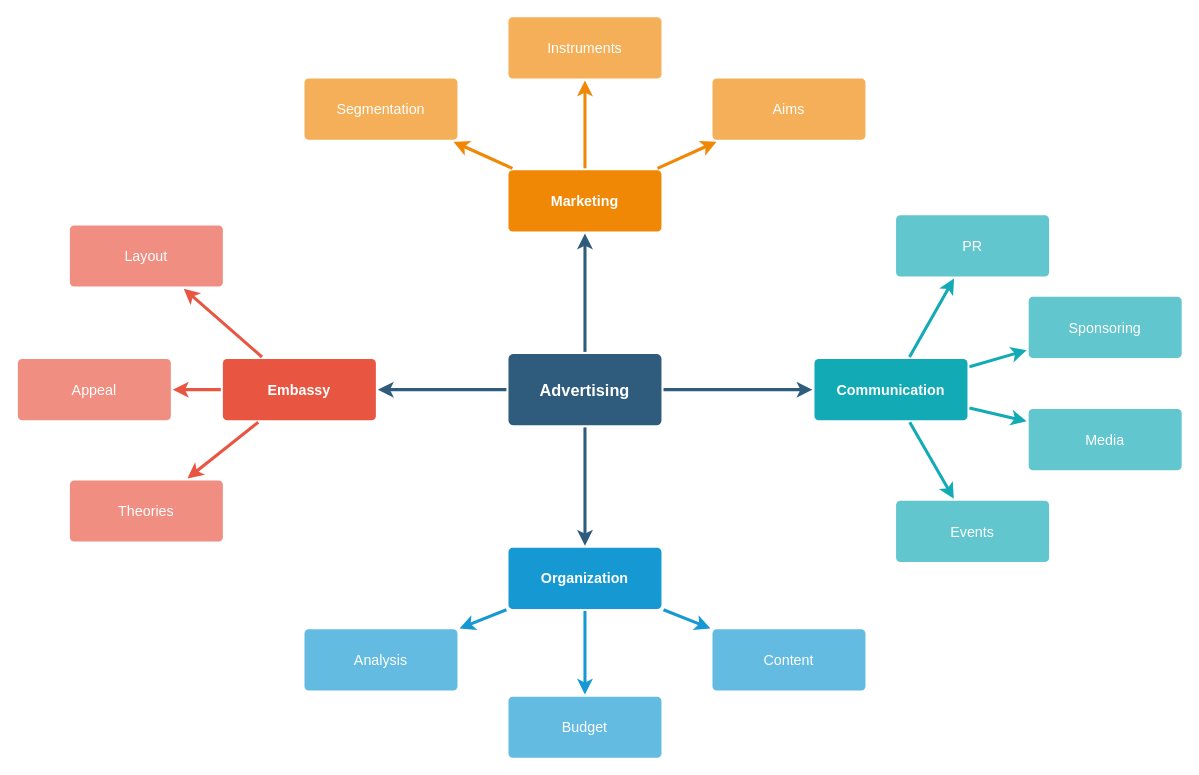
This is Untitled Diagram.drawio from CastroSandra/myRepository, a draw.io file, before an edit. Source tidied: cells renumbered, new cells numbered last; positions are measured from the earlier drawing's top-left corner, leaving out a move shared by most shapes. Both pictures are drawn from the tidied source at 102%, with x=0, y=0 at pixel (17, 16).
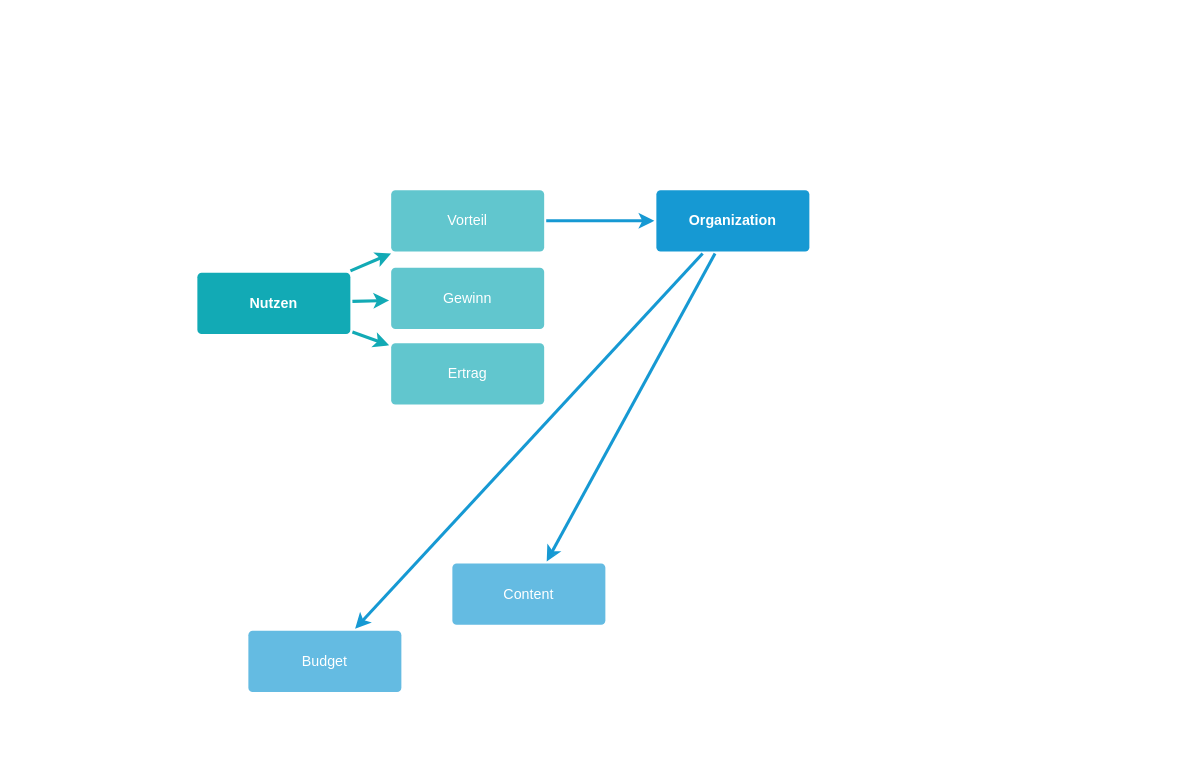
Above is the later version.

Diff of the diagram source:
```diff
@@
-    <mxCell id="2" style="edgeStyle=none;rounded=0;jumpStyle=none;html=1;shadow=0;labelBackgroundColor=none;startArrow=none;startFill=0;endArrow=classic;endFill=1;jettySize=auto;strokeColor=#2F5B7C;strokeWidth=3;fontFamily=Helvetica;fontSize=16;fontColor=#23445D;spacing=5;" parent="1" edge="1" source="6" target="21">
-      <mxGeometry relative="1" as="geometry" />
-    </mxCell>
-    <mxCell id="3" style="edgeStyle=none;rounded=0;jumpStyle=none;html=1;shadow=0;labelBackgroundColor=none;startArrow=none;startFill=0;endArrow=classic;endFill=1;jettySize=auto;strokeColor=#2F5B7C;strokeWidth=3;fontFamily=Helvetica;fontSize=16;fontColor=#23445D;spacing=5;" parent="1" edge="1" source="6" target="28">
-      <mxGeometry relative="1" as="geometry" />
-    </mxCell>
-    <mxCell id="4" style="edgeStyle=none;rounded=0;jumpStyle=none;html=1;shadow=0;labelBackgroundColor=none;startArrow=none;startFill=0;endArrow=classic;endFill=1;jettySize=auto;strokeColor=#2F5B7C;strokeWidth=3;fontFamily=Helvetica;fontSize=16;fontColor=#23445D;spacing=5;" parent="1" edge="1" source="6" target="17">
-      <mxGeometry relative="1" as="geometry" />
-    </mxCell>
-    <mxCell id="5" style="edgeStyle=none;rounded=0;jumpStyle=none;html=1;shadow=0;labelBackgroundColor=none;startArrow=none;startFill=0;endArrow=classic;endFill=1;jettySize=auto;strokeColor=#2F5B7C;strokeWidth=3;fontFamily=Helvetica;fontSize=16;fontColor=#23445D;spacing=5;" parent="1" edge="1" source="6" target="10">
-      <mxGeometry relative="1" as="geometry" />
-    </mxCell>
-    <mxCell id="6" value="Advertising" style="rounded=1;whiteSpace=wrap;html=1;shadow=0;labelBackgroundColor=none;strokeColor=none;strokeWidth=3;fillColor=#2F5B7C;fontFamily=Helvetica;fontSize=16;fontColor=#FFFFFF;align=center;fontStyle=1;spacing=5;arcSize=7;perimeterSpacing=2;" parent="1" vertex="1">
-      <mxGeometry x="481" y="330.5" width="150" height="70" as="geometry" />
-    </mxCell>
-    <mxCell id="7" style="edgeStyle=none;rounded=1;jumpStyle=none;html=1;shadow=0;labelBackgroundColor=none;startArrow=none;startFill=0;jettySize=auto;strokeColor=#E85642;strokeWidth=3;fontFamily=Helvetica;fontSize=14;fontColor=#FFFFFF;spacing=5;fontStyle=1;fillColor=#b0e3e6;" parent="1" edge="1" source="10" target="13">
-      <mxGeometry relative="1" as="geometry" />
-    </mxCell>
-    <mxCell id="8" style="edgeStyle=none;rounded=1;jumpStyle=none;html=1;shadow=0;labelBackgroundColor=none;startArrow=none;startFill=0;jettySize=auto;strokeColor=#E85642;strokeWidth=3;fontFamily=Helvetica;fontSize=14;fontColor=#FFFFFF;spacing=5;fontStyle=1;fillColor=#b0e3e6;" parent="1" edge="1" source="10" target="12">
-      <mxGeometry relative="1" as="geometry" />
-    </mxCell>
-    <mxCell id="9" style="edgeStyle=none;rounded=1;jumpStyle=none;html=1;shadow=0;labelBackgroundColor=none;startArrow=none;startFill=0;jettySize=auto;strokeColor=#E85642;strokeWidth=3;fontFamily=Helvetica;fontSize=14;fontColor=#FFFFFF;spacing=5;fontStyle=1;fillColor=#b0e3e6;" parent="1" edge="1" source="10" target="11">
-      <mxGeometry relative="1" as="geometry" />
-    </mxCell>
-    <mxCell id="10" value="Embassy" style="rounded=1;whiteSpace=wrap;html=1;shadow=0;labelBackgroundColor=none;strokeColor=none;strokeWidth=3;fillColor=#e85642;fontFamily=Helvetica;fontSize=14;fontColor=#FFFFFF;align=center;spacing=5;fontStyle=1;arcSize=7;perimeterSpacing=2;" parent="1" vertex="1">
-      <mxGeometry x="201" y="335.5" width="150" height="60" as="geometry" />
-    </mxCell>
-    <mxCell id="11" value="Theories" style="rounded=1;whiteSpace=wrap;html=1;shadow=0;labelBackgroundColor=none;strokeColor=none;strokeWidth=3;fillColor=#f08e81;fontFamily=Helvetica;fontSize=14;fontColor=#FFFFFF;align=center;spacing=5;fontStyle=0;arcSize=7;perimeterSpacing=2;" parent="1" vertex="1">
-      <mxGeometry x="51" y="454.5" width="150" height="60" as="geometry" />
-    </mxCell>
-    <mxCell id="12" value="Appeal" style="rounded=1;whiteSpace=wrap;html=1;shadow=0;labelBackgroundColor=none;strokeColor=none;strokeWidth=3;fillColor=#f08e81;fontFamily=Helvetica;fontSize=14;fontColor=#FFFFFF;align=center;spacing=5;fontStyle=0;arcSize=7;perimeterSpacing=2;" parent="1" vertex="1">
-      <mxGeometry y="335.5" width="150" height="60" as="geometry" />
-    </mxCell>
-    <mxCell id="13" value="Layout" style="rounded=1;whiteSpace=wrap;html=1;shadow=0;labelBackgroundColor=none;strokeColor=none;strokeWidth=3;fillColor=#f08e81;fontFamily=Helvetica;fontSize=14;fontColor=#FFFFFF;align=center;spacing=5;fontStyle=0;arcSize=7;perimeterSpacing=2;" parent="1" vertex="1">
-      <mxGeometry x="51" y="204.5" width="150" height="60" as="geometry" />
-    </mxCell>
-    <mxCell id="14" style="edgeStyle=none;rounded=0;jumpStyle=none;html=1;shadow=0;labelBackgroundColor=none;startArrow=none;startFill=0;endArrow=classic;endFill=1;jettySize=auto;strokeColor=#1699D3;strokeWidth=3;fontFamily=Helvetica;fontSize=14;fontColor=#FFFFFF;spacing=5;" parent="1" edge="1" source="17" target="20">
+    <mxCell id="14" style="edgeStyle=none;rounded=0;jumpStyle=none;html=1;shadow=0;labelBackgroundColor=none;startArrow=none;startFill=0;endArrow=classic;endFill=1;jettySize=auto;strokeColor=#1699D3;strokeWidth=3;fontFamily=Helvetica;fontSize=14;fontColor=#FFFFFF;spacing=5;exitX=1;exitY=0.5;exitDx=0;exitDy=0;" parent="1" edge="1" source="35" target="17">
       <mxGeometry relative="1" as="geometry" />
     </mxCell>
@@
     <mxCell id="17" value="Organization" style="rounded=1;whiteSpace=wrap;html=1;shadow=0;labelBackgroundColor=none;strokeColor=none;strokeWidth=3;fillColor=#1699d3;fontFamily=Helvetica;fontSize=14;fontColor=#FFFFFF;align=center;spacing=5;fontStyle=1;arcSize=7;perimeterSpacing=2;" parent="1" vertex="1">
-      <mxGeometry x="481" y="520.5" width="150" height="60" as="geometry" />
+      <mxGeometry x="626" y="170" width="150" height="60" as="geometry" />
     </mxCell>
     <mxCell id="18" value="Content" style="rounded=1;whiteSpace=wrap;html=1;shadow=0;labelBackgroundColor=none;strokeColor=none;strokeWidth=3;fillColor=#64bbe2;fontFamily=Helvetica;fontSize=14;fontColor=#FFFFFF;align=center;spacing=5;arcSize=7;perimeterSpacing=2;" parent="1" vertex="1">
-      <mxGeometry x="681" y="600.5" width="150" height="60" as="geometry" />
+      <mxGeometry x="426" y="536" width="150" height="60" as="geometry" />
     </mxCell>
     <mxCell id="19" value="Budget" style="rounded=1;whiteSpace=wrap;html=1;shadow=0;labelBackgroundColor=none;strokeColor=none;strokeWidth=3;fillColor=#64bbe2;fontFamily=Helvetica;fontSize=14;fontColor=#FFFFFF;align=center;spacing=5;arcSize=7;perimeterSpacing=2;" parent="1" vertex="1">
-      <mxGeometry x="481" y="666.5" width="150" height="60" as="geometry" />
+      <mxGeometry x="226" y="602" width="150" height="60" as="geometry" />
     </mxCell>
-    <mxCell id="20" value="Analysis" style="rounded=1;whiteSpace=wrap;html=1;shadow=0;labelBackgroundColor=none;strokeColor=none;strokeWidth=3;fillColor=#64bbe2;fontFamily=Helvetica;fontSize=14;fontColor=#FFFFFF;align=center;spacing=5;arcSize=7;perimeterSpacing=2;" parent="1" vertex="1">
-      <mxGeometry x="281" y="600.5" width="150" height="60" as="geometry" />
-    </mxCell>
-    <mxCell id="21" value="Marketing" style="rounded=1;whiteSpace=wrap;html=1;shadow=0;labelBackgroundColor=none;strokeColor=none;strokeWidth=3;fillColor=#F08705;fontFamily=Helvetica;fontSize=14;fontColor=#FFFFFF;align=center;spacing=5;fontStyle=1;arcSize=7;perimeterSpacing=2;" parent="1" vertex="1">
-      <mxGeometry x="481" y="150.5" width="150" height="60" as="geometry" />
-    </mxCell>
-    <mxCell id="22" value="Aims&lt;br&gt;" style="rounded=1;whiteSpace=wrap;html=1;shadow=0;labelBackgroundColor=none;strokeColor=none;strokeWidth=3;fillColor=#f5af58;fontFamily=Helvetica;fontSize=14;fontColor=#FFFFFF;align=center;spacing=5;arcSize=7;perimeterSpacing=2;" parent="1" vertex="1">
-      <mxGeometry x="681" y="60.5" width="150" height="60" as="geometry" />
-    </mxCell>
-    <mxCell id="23" style="edgeStyle=none;rounded=0;jumpStyle=none;html=1;shadow=0;labelBackgroundColor=none;startArrow=none;startFill=0;endArrow=classic;endFill=1;jettySize=auto;strokeColor=#F08705;strokeWidth=3;fontFamily=Helvetica;fontSize=14;fontColor=#FFFFFF;spacing=5;" parent="1" edge="1" source="21" target="22">
-      <mxGeometry relative="1" as="geometry" />
-    </mxCell>
-    <mxCell id="24" value="Instruments" style="rounded=1;whiteSpace=wrap;html=1;shadow=0;labelBackgroundColor=none;strokeColor=none;strokeWidth=3;fillColor=#f5af58;fontFamily=Helvetica;fontSize=14;fontColor=#FFFFFF;align=center;spacing=5;arcSize=7;perimeterSpacing=2;" parent="1" vertex="1">
-      <mxGeometry x="481" y="0.5" width="150" height="60" as="geometry" />
-    </mxCell>
-    <mxCell id="25" style="edgeStyle=none;rounded=0;jumpStyle=none;html=1;shadow=0;labelBackgroundColor=none;startArrow=none;startFill=0;endArrow=classic;endFill=1;jettySize=auto;strokeColor=#F08705;strokeWidth=3;fontFamily=Helvetica;fontSize=14;fontColor=#FFFFFF;spacing=5;" parent="1" edge="1" source="21" target="24">
-      <mxGeometry relative="1" as="geometry" />
-    </mxCell>
-    <mxCell id="26" value="Segmentation" style="rounded=1;whiteSpace=wrap;html=1;shadow=0;labelBackgroundColor=none;strokeColor=none;strokeWidth=3;fillColor=#f5af58;fontFamily=Helvetica;fontSize=14;fontColor=#FFFFFF;align=center;spacing=5;arcSize=7;perimeterSpacing=2;" parent="1" vertex="1">
-      <mxGeometry x="281" y="60.5" width="150" height="60" as="geometry" />
-    </mxCell>
-    <mxCell id="27" style="edgeStyle=none;rounded=0;jumpStyle=none;html=1;shadow=0;labelBackgroundColor=none;startArrow=none;startFill=0;endArrow=classic;endFill=1;jettySize=auto;strokeColor=#F08705;strokeWidth=3;fontFamily=Helvetica;fontSize=14;fontColor=#FFFFFF;spacing=5;" parent="1" edge="1" source="21" target="26">
-      <mxGeometry relative="1" as="geometry" />
-    </mxCell>
-    <mxCell id="28" value="Communication" style="rounded=1;whiteSpace=wrap;html=1;shadow=0;labelBackgroundColor=none;strokeColor=none;strokeWidth=3;fillColor=#12aab5;fontFamily=Helvetica;fontSize=14;fontColor=#FFFFFF;align=center;spacing=5;fontStyle=1;arcSize=7;perimeterSpacing=2;" parent="1" vertex="1">
-      <mxGeometry x="781" y="335.5" width="150" height="60" as="geometry" />
+    <mxCell id="28" value="Nutzen" style="rounded=1;whiteSpace=wrap;html=1;shadow=0;labelBackgroundColor=none;strokeColor=none;strokeWidth=3;fillColor=#12aab5;fontFamily=Helvetica;fontSize=14;fontColor=#FFFFFF;align=center;spacing=5;fontStyle=1;arcSize=7;perimeterSpacing=2;" parent="1" vertex="1">
+      <mxGeometry x="176" y="251" width="150" height="60" as="geometry" />
     </mxCell>
-    <mxCell id="29" value="Events" style="rounded=1;whiteSpace=wrap;html=1;shadow=0;labelBackgroundColor=none;strokeColor=none;strokeWidth=3;fillColor=#61c6ce;fontFamily=Helvetica;fontSize=14;fontColor=#FFFFFF;align=center;spacing=5;fontStyle=0;arcSize=7;perimeterSpacing=2;" parent="1" vertex="1">
-      <mxGeometry x="861" y="474.5" width="150" height="60" as="geometry" />
-    </mxCell>
-    <mxCell id="30" style="edgeStyle=none;rounded=1;jumpStyle=none;html=1;shadow=0;labelBackgroundColor=none;startArrow=none;startFill=0;jettySize=auto;strokeColor=#12AAB5;strokeWidth=3;fontFamily=Helvetica;fontSize=14;fontColor=#FFFFFF;spacing=5;fontStyle=1;fillColor=#b0e3e6;" parent="1" edge="1" source="28" target="29">
-      <mxGeometry relative="1" as="geometry" />
-    </mxCell>
-    <mxCell id="31" value="Media" style="rounded=1;whiteSpace=wrap;html=1;shadow=0;labelBackgroundColor=none;strokeColor=none;strokeWidth=3;fillColor=#61c6ce;fontFamily=Helvetica;fontSize=14;fontColor=#FFFFFF;align=center;spacing=5;fontStyle=0;arcSize=7;perimeterSpacing=2;" parent="1" vertex="1">
-      <mxGeometry x="991" y="384.5" width="150" height="60" as="geometry" />
+    <mxCell id="31" value="Ertrag" style="rounded=1;whiteSpace=wrap;html=1;shadow=0;labelBackgroundColor=none;strokeColor=none;strokeWidth=3;fillColor=#61c6ce;fontFamily=Helvetica;fontSize=14;fontColor=#FFFFFF;align=center;spacing=5;fontStyle=0;arcSize=7;perimeterSpacing=2;" parent="1" vertex="1">
+      <mxGeometry x="366" y="320" width="150" height="60" as="geometry" />
     </mxCell>
@@
-    <mxCell id="33" value="Sponsoring" style="rounded=1;whiteSpace=wrap;html=1;shadow=0;labelBackgroundColor=none;strokeColor=none;strokeWidth=3;fillColor=#61c6ce;fontFamily=Helvetica;fontSize=14;fontColor=#FFFFFF;align=center;spacing=5;fontStyle=0;arcSize=7;perimeterSpacing=2;" parent="1" vertex="1">
-      <mxGeometry x="991" y="274.5" width="150" height="60" as="geometry" />
+    <mxCell id="33" value="Gewinn" style="rounded=1;whiteSpace=wrap;html=1;shadow=0;labelBackgroundColor=none;strokeColor=none;strokeWidth=3;fillColor=#61c6ce;fontFamily=Helvetica;fontSize=14;fontColor=#FFFFFF;align=center;spacing=5;fontStyle=0;arcSize=7;perimeterSpacing=2;" parent="1" vertex="1">
+      <mxGeometry x="366" y="246" width="150" height="60" as="geometry" />
     </mxCell>
@@
-    <mxCell id="35" value="PR" style="rounded=1;whiteSpace=wrap;html=1;shadow=0;labelBackgroundColor=none;strokeColor=none;strokeWidth=3;fillColor=#61c6ce;fontFamily=Helvetica;fontSize=14;fontColor=#FFFFFF;align=center;spacing=5;fontStyle=0;arcSize=7;perimeterSpacing=2;" parent="1" vertex="1">
-      <mxGeometry x="861" y="194.5" width="150" height="60" as="geometry" />
+    <mxCell id="35" value="Vorteil" style="rounded=1;whiteSpace=wrap;html=1;shadow=0;labelBackgroundColor=none;strokeColor=none;strokeWidth=3;fillColor=#61c6ce;fontFamily=Helvetica;fontSize=14;fontColor=#FFFFFF;align=center;spacing=5;fontStyle=0;arcSize=7;perimeterSpacing=2;" parent="1" vertex="1">
+      <mxGeometry x="366" y="170" width="150" height="60" as="geometry" />
     </mxCell>
```
